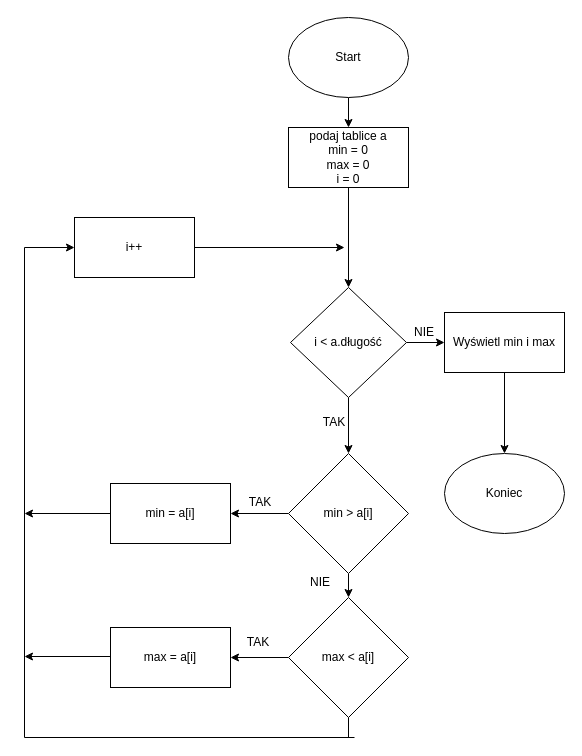
Earlier version of the draw.io diagram min-max-elementow-tablicy.drawio (Pazzurro/algorytmy). Source tidied: cells renumbered, new cells numbered last; positions are measured from the earlier drawing's top-left corner, leaving out a move shared by most shapes. Both pictures are drawn from the tidied source at 100%, with x=0, y=0 at pixel (24, 17).
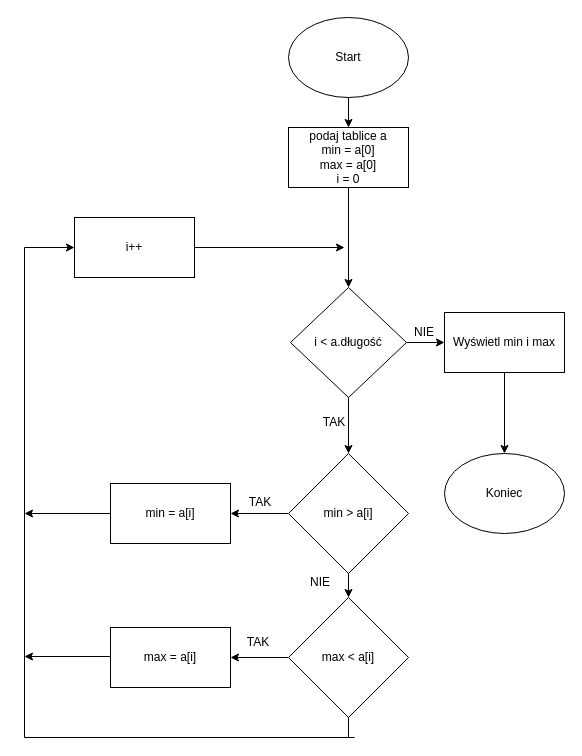
The same page after the edit.

Diff of the diagram source:
```diff
@@
-    <mxCell id="5" value="podaj tablice a&lt;br&gt;min = 0&lt;br&gt;max = 0&lt;br&gt;i = 0" style="rounded=0;whiteSpace=wrap;html=1;" parent="1" vertex="1">
+    <mxCell id="5" value="podaj tablice a&lt;br&gt;min = a[0]&lt;br&gt;max = a[0]&lt;br&gt;i = 0" style="rounded=0;whiteSpace=wrap;html=1;" parent="1" vertex="1">
       <mxGeometry x="264" y="110" width="120" height="60" as="geometry" />
     </mxCell>
```
